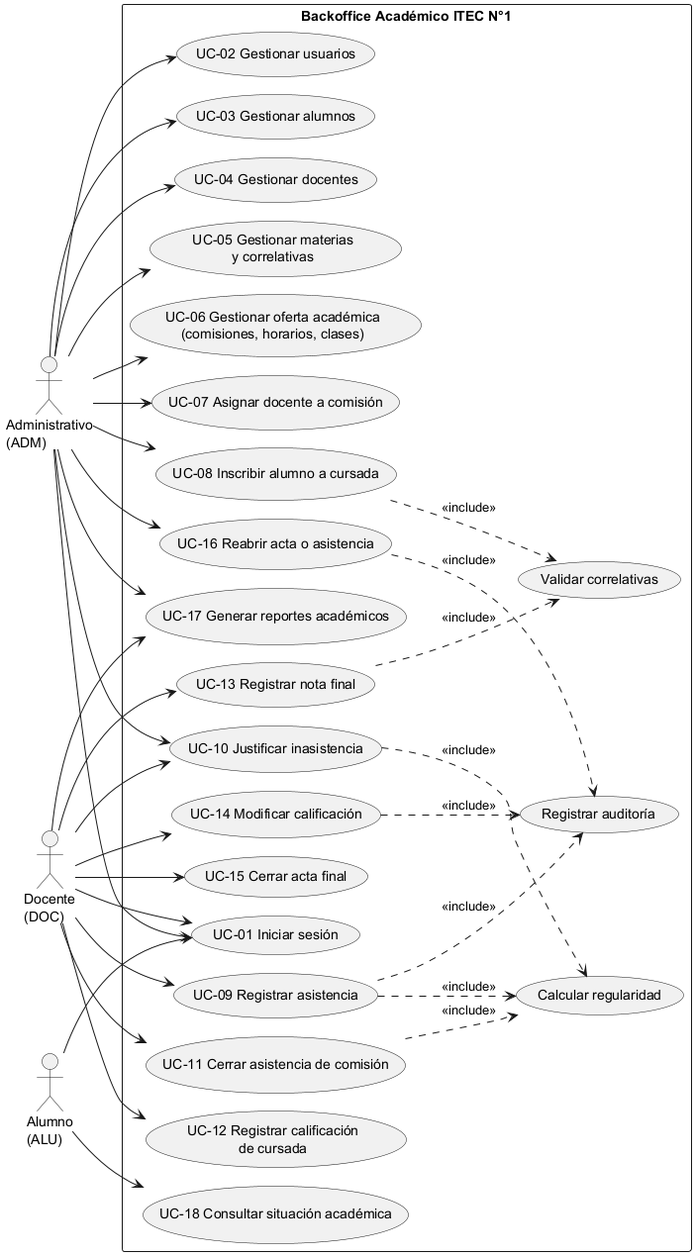
Before: document/diagramas/casos-de-uso.png, a diagram exported from PlantUML (ISMAELALTHENOFER/BACKOFFICE-ACADEMICO-ITEC-N-1).
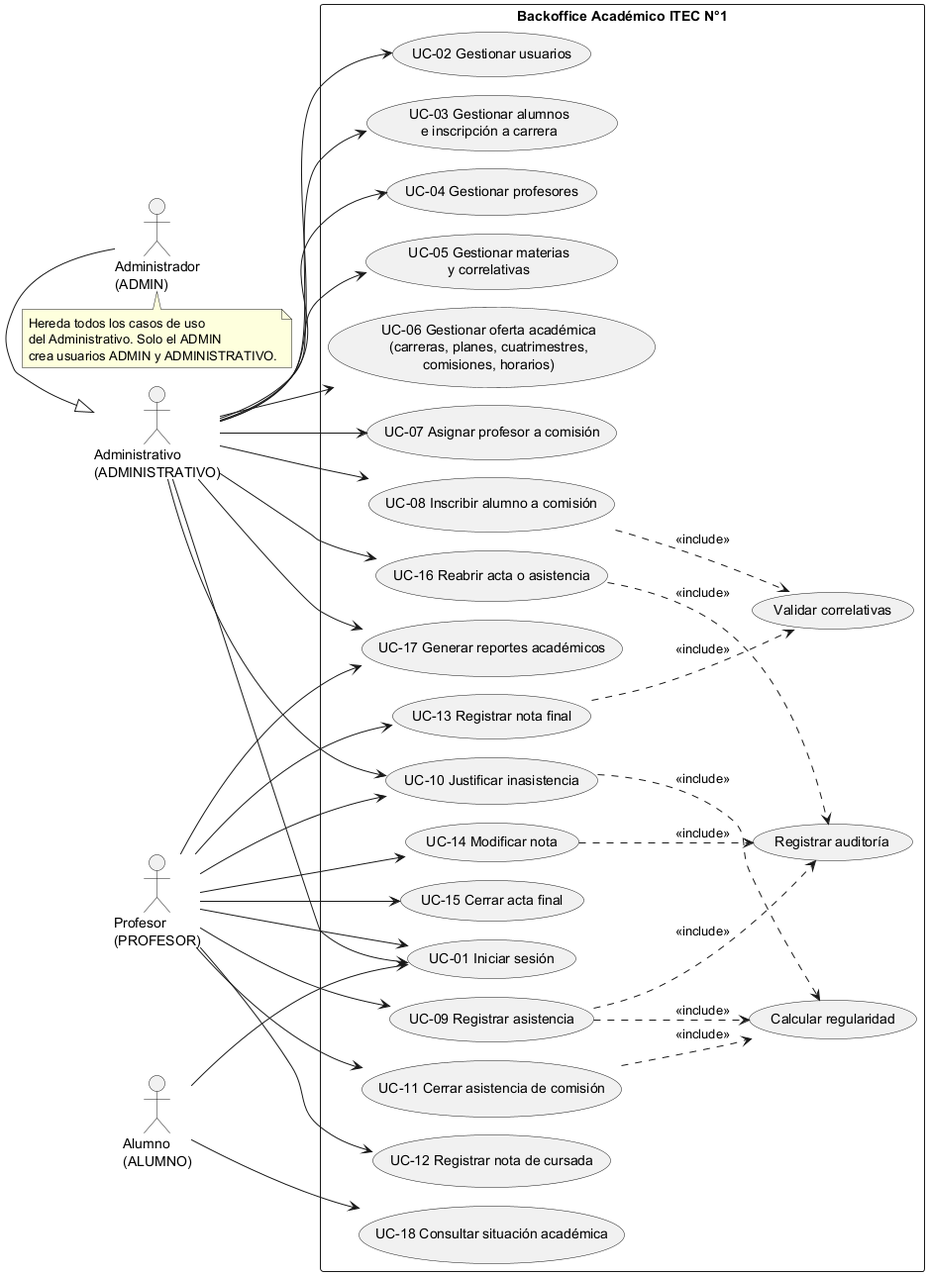
After the commit.

Change to the diagram source:
```diff
@@ -4,25 +4,28 @@
 skinparam packageStyle rectangle
 skinparam shadowing false
 
-actor "Administrativo\n(ADM)" as ADM
-actor "Docente\n(DOC)" as DOC
-actor "Alumno\n(ALU)" as ALU
+actor "Administrador\n(ADMIN)" as ADMIN
+actor "Administrativo\n(ADMINISTRATIVO)" as ADM
+actor "Profesor\n(PROFESOR)" as PROF
+actor "Alumno\n(ALUMNO)" as ALU
+
+ADMIN -|> ADM
 
 rectangle "Backoffice Académico ITEC N°1" {
   usecase "UC-01 Iniciar sesión" as UC01
   usecase "UC-02 Gestionar usuarios" as UC02
-  usecase "UC-03 Gestionar alumnos" as UC03
-  usecase "UC-04 Gestionar docentes" as UC04
+  usecase "UC-03 Gestionar alumnos\ne inscripción a carrera" as UC03
+  usecase "UC-04 Gestionar profesores" as UC04
   usecase "UC-05 Gestionar materias\ny correlativas" as UC05
-  usecase "UC-06 Gestionar oferta académica\n(comisiones, horarios, clases)" as UC06
-  usecase "UC-07 Asignar docente a comisión" as UC07
-  usecase "UC-08 Inscribir alumno a cursada" as UC08
+  usecase "UC-06 Gestionar oferta académica\n(carreras, planes, cuatrimestres,\ncomisiones, horarios)" as UC06
+  usecase "UC-07 Asignar profesor a comisión" as UC07
+  usecase "UC-08 Inscribir alumno a comisión" as UC08
   usecase "UC-09 Registrar asistencia" as UC09
   usecase "UC-10 Justificar inasistencia" as UC10
   usecase "UC-11 Cerrar asistencia de comisión" as UC11
-  usecase "UC-12 Registrar calificación\nde cursada" as UC12
+  usecase "UC-12 Registrar nota de cursada" as UC12
   usecase "UC-13 Registrar nota final" as UC13
-  usecase "UC-14 Modificar calificación" as UC14
+  usecase "UC-14 Modificar nota" as UC14
   usecase "UC-15 Cerrar acta final" as UC15
   usecase "UC-16 Reabrir acta o asistencia" as UC16
   usecase "UC-17 Generar reportes académicos" as UC17
@@ -33,7 +36,7 @@
 }
 
 ADM --> UC01
-DOC --> UC01
+PROF --> UC01
 ALU --> UC01
 
 ADM --> UC02
@@ -47,14 +50,14 @@
 ADM --> UC16
 ADM --> UC17
 
-DOC --> UC09
-DOC --> UC10
-DOC --> UC11
-DOC --> UC12
-DOC --> UC13
-DOC --> UC14
-DOC --> UC15
-DOC --> UC17
+PROF --> UC09
+PROF --> UC10
+PROF --> UC11
+PROF --> UC12
+PROF --> UC13
+PROF --> UC14
+PROF --> UC15
+PROF --> UC17
 
 ALU --> UC18
 
@@ -66,4 +69,10 @@
 UC09 ..> AUD : <<include>>
 UC14 ..> AUD : <<include>>
 UC16 ..> AUD : <<include>>
+
+note bottom of ADMIN
+  Hereda todos los casos de uso
+  del Administrativo. Solo el ADMIN
+  crea usuarios ADMIN y ADMINISTRATIVO.
+end note
 @enduml
```
